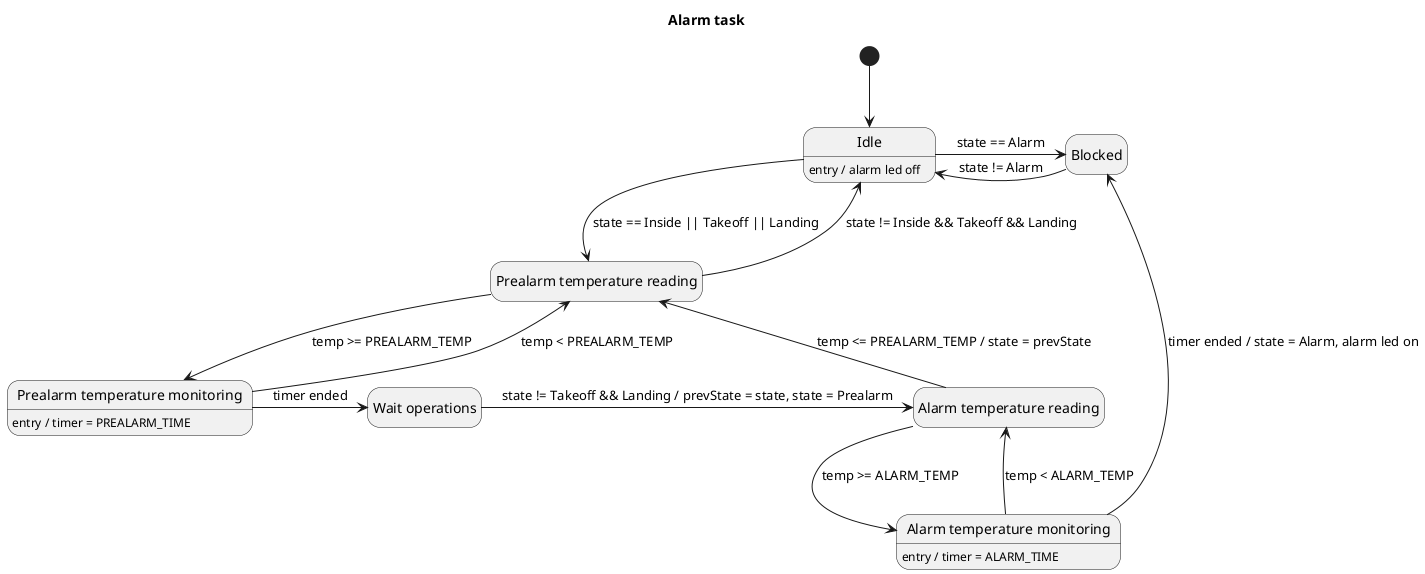
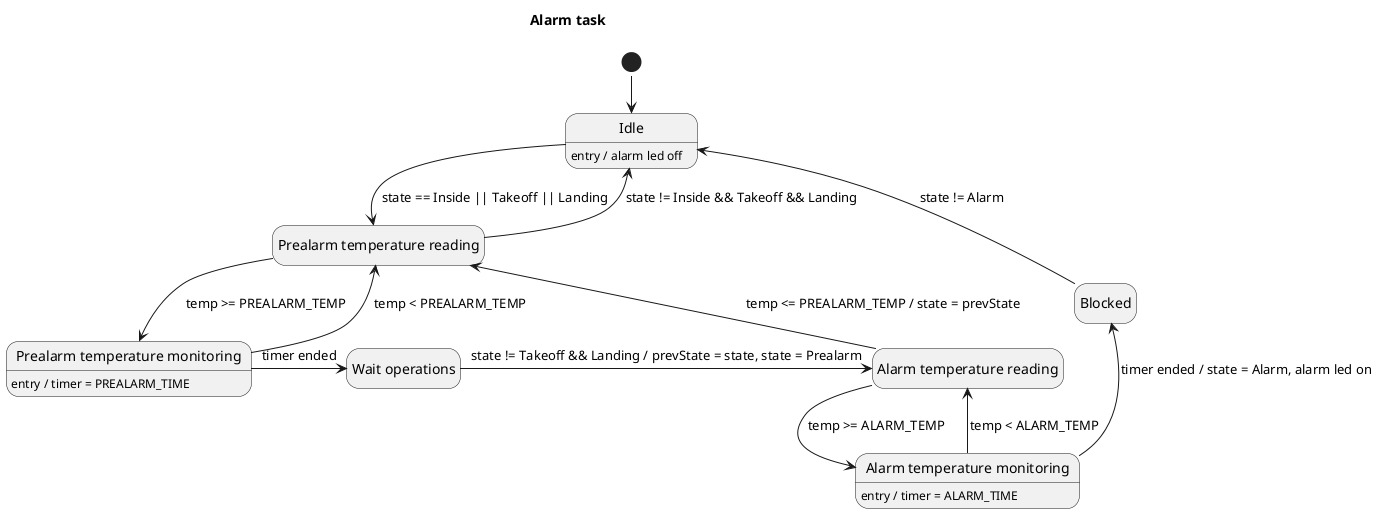
@startuml AlarmTask
+ !pragma layout smetana
hide empty description

title "Alarm task"

state start <<start>>

state "Idle" as idle
idle : entry / alarm led off
- 
- state "Blocked" as blocked

state "Prealarm temperature reading" as prealarmTempReading

state "Prealarm temperature monitoring" as prealarmTempMonitoring
prealarmTempMonitoring : entry / timer = PREALARM_TIME

state "Wait operations" as waitOperations

state "Alarm temperature reading" as alarmTempReading

state "Alarm temperature monitoring" as alarmTempMonitoring
alarmTempMonitoring : entry / timer = ALARM_TIME

+ state "Blocked" as blocked
+ 
start -d-> idle
- 
- idle -r-> blocked : state == Alarm
- blocked -l-> idle : state != Alarm

idle -d-> prealarmTempReading : state == Inside || Takeoff || Landing

prealarmTempReading -d-> prealarmTempMonitoring : temp >= PREALARM_TEMP
prealarmTempReading -u-> idle : state != Inside && Takeoff && Landing
prealarmTempMonitoring -u-> prealarmTempReading : temp < PREALARM_TEMP
prealarmTempMonitoring -r-> waitOperations : timer ended

waitOperations -r-> alarmTempReading : state != Takeoff && Landing / prevState = state, state = Prealarm

alarmTempReading -d-> alarmTempMonitoring : temp >= ALARM_TEMP
alarmTempReading -l-> prealarmTempReading : temp <= PREALARM_TEMP / state = prevState
alarmTempMonitoring -u-> alarmTempReading : temp < ALARM_TEMP
alarmTempMonitoring -u-> blocked : timer ended / state = Alarm, alarm led on

+ blocked -u-> idle : state != Alarm
+ 
@enduml
